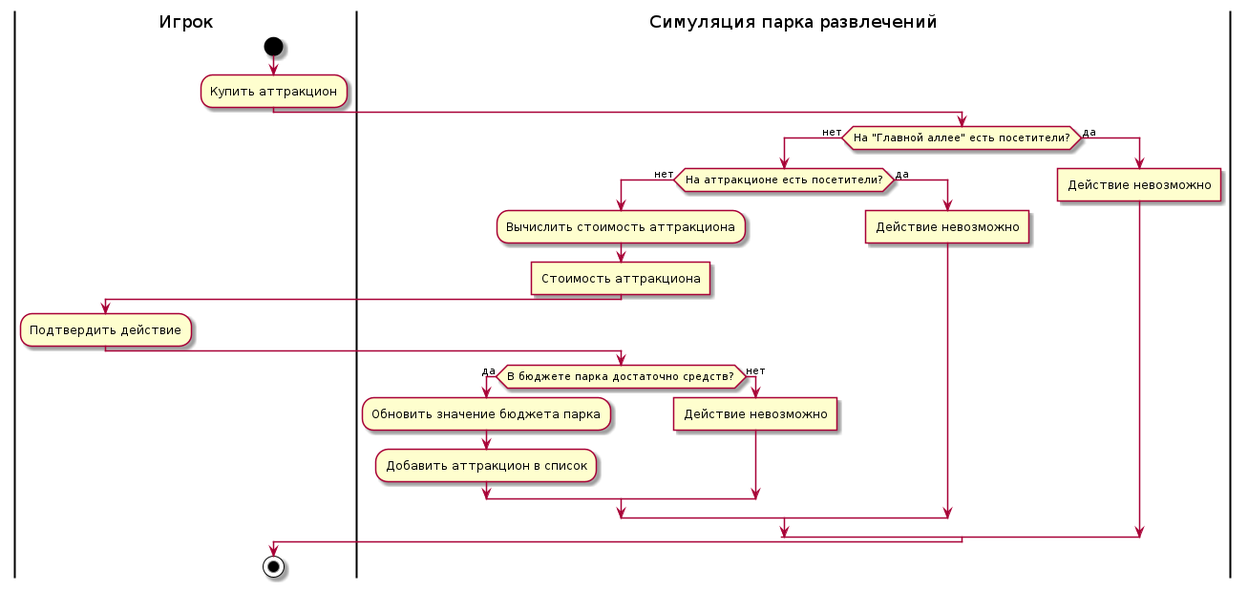
mzhirko/amusement-park keeps this PlantUML diagram as description/images/buy-attraction-activity-diagram.png. Above is the earlier version. Source of this version:
```plantuml
@startuml buy-attraction-activity-diagram
skinparam ConditionEndStyle hline
|Игрок|
start
:Купить аттракцион;
|Симуляция парка развлечений|
if (На "Главной аллее" есть посетители?) then (нет)
if (На аттракционе есть посетители?) then (нет)
:Вычислить стоимость аттракциона;
:Стоимость аттракциона]
|Игрок|
:Подтвердить действие;
|Симуляция парка развлечений|
if (В бюджете парка достаточно средств?) then (да)
:Обновить значение бюджета парка;
:Добавить аттракцион в список;
else (нет)
:Действие невозможно]
endif
else (да)
:Действие невозможно]
endif
else (да)
:Действие невозможно]
|Игрок|
endif
stop
@enduml
```
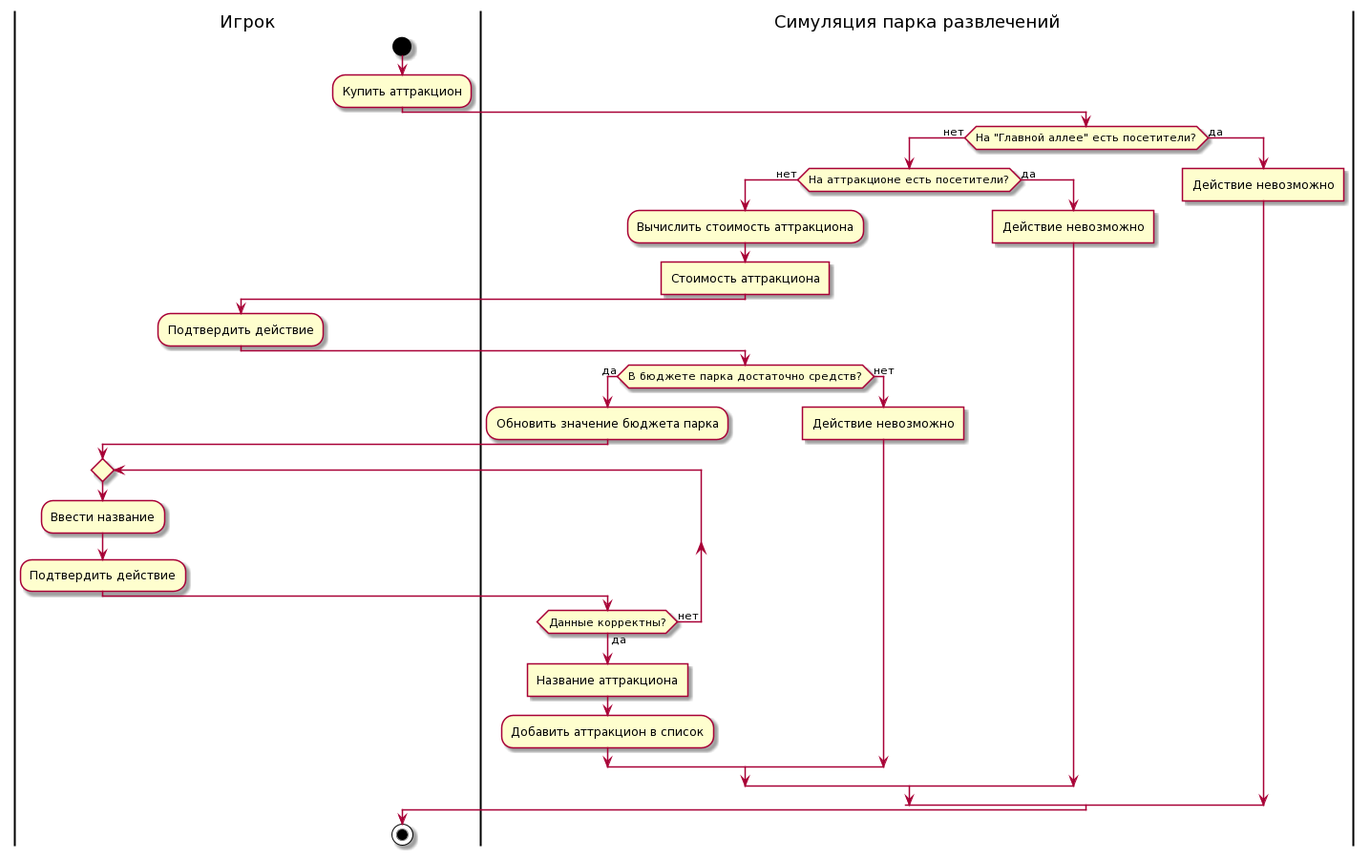
Above is the later version.

Commit message:
Add last activity diagrams

The edit, as a diff of the source:
```diff
@@ -1,4 +1,4 @@
-@startuml buy-attraction-activity-diagram
+@startuml
 skinparam ConditionEndStyle hline
 |Игрок|
 start
@@ -13,6 +13,13 @@
 |Симуляция парка развлечений|
 if (В бюджете парка достаточно средств?) then (да)
 :Обновить значение бюджета парка;
+|Игрок|
+repeat
+:Ввести название;
+:Подтвердить действие;
+|Симуляция парка развлечений|
+repeat while (Данные корректны?) is (нет) not (да)
+:Название аттракциона]
 :Добавить аттракцион в список;
 else (нет)
 :Действие невозможно]
```
